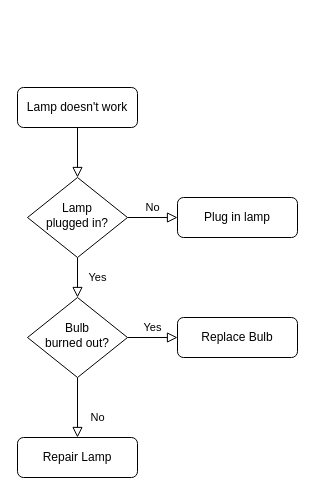
The draw.io diagram Untitled Diagram.drawio in Jormungand-Stark/Gate-of-Babylon, before the edit. Source tidied: cells renumbered, new cells numbered last; positions are measured from the earlier drawing's top-left corner, leaving out a move shared by most shapes. Both pictures are drawn from the tidied source at 100%, with x=0, y=0 at pixel (17, 87).
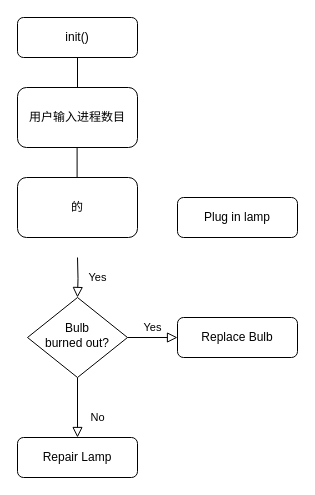
Above is the later version.

Diff of the diagram source:
```diff
@@
 <mxGraphModel>
   <root>
     <mxCell id="0" />
     <mxCell id="1" parent="0" />
-    <mxCell id="2" style="rounded=0;html=1;jettySize=auto;fontSize=11;endArrow=block;endFill=0;endSize=8;strokeWidth=1;shadow=0;labelBackgroundColor=none;edgeStyle=orthogonalEdgeStyle;" parent="1" edge="1" source="3" target="6">
-      <mxGeometry relative="1" as="geometry" />
-    </mxCell>
-    <mxCell id="3" value="Lamp doesn't work" style="rounded=1;whiteSpace=wrap;html=1;fontSize=12;glass=0;strokeWidth=1;shadow=0;" parent="1" vertex="1">
-      <mxGeometry width="120" height="40" as="geometry" />
+    <mxCell id="3" value="init()" style="rounded=1;whiteSpace=wrap;html=1;fontSize=12;glass=0;strokeWidth=1;shadow=0;" parent="1" vertex="1">
+      <mxGeometry y="-70" width="120" height="40" as="geometry" />
     </mxCell>
-    <mxCell id="4" value="Yes" style="rounded=0;html=1;jettySize=auto;fontSize=11;endArrow=block;endFill=0;endSize=8;strokeWidth=1;shadow=0;labelBackgroundColor=none;edgeStyle=orthogonalEdgeStyle;" parent="1" edge="1" source="6" target="10">
-      <mxGeometry y="20" relative="1" as="geometry" />
+    <mxCell id="4" value="Yes" style="rounded=0;html=1;jettySize=auto;fontSize=11;endArrow=block;endFill=0;endSize=8;strokeWidth=1;shadow=0;labelBackgroundColor=none;edgeStyle=orthogonalEdgeStyle;" parent="1" edge="1" target="10">
+      <mxGeometry y="20" relative="1" as="geometry">
+        <mxPoint x="60" y="170" as="sourcePoint" />
+      </mxGeometry>
     </mxCell>
-    <mxCell id="5" value="No" style="edgeStyle=orthogonalEdgeStyle;rounded=0;html=1;jettySize=auto;fontSize=11;endArrow=block;endFill=0;endSize=8;strokeWidth=1;shadow=0;labelBackgroundColor=none;" parent="1" edge="1" source="6" target="7">
-      <mxGeometry y="10" relative="1" as="geometry" />
-    </mxCell>
-    <mxCell id="6" value="Lamp&lt;br&gt;plugged in?" style="rhombus;whiteSpace=wrap;html=1;shadow=0;fontFamily=Helvetica;fontSize=12;align=center;strokeWidth=1;spacing=6;spacingTop=-4;" parent="1" vertex="1">
-      <mxGeometry x="10" y="90" width="100" height="80" as="geometry" />
-    </mxCell>
     <mxCell id="7" value="Plug in lamp" style="rounded=1;whiteSpace=wrap;html=1;fontSize=12;glass=0;strokeWidth=1;shadow=0;" parent="1" vertex="1">
       <mxGeometry x="160" y="110" width="120" height="40" as="geometry" />
     </mxCell>
     <mxCell id="8" value="No" style="rounded=0;html=1;jettySize=auto;fontSize=11;endArrow=block;endFill=0;endSize=8;strokeWidth=1;shadow=0;labelBackgroundColor=none;edgeStyle=orthogonalEdgeStyle;" parent="1" edge="1" source="10" target="11">
       <mxGeometry x="0.33" y="20" relative="1" as="geometry" />
     </mxCell>
     <mxCell id="9" value="Yes" style="edgeStyle=orthogonalEdgeStyle;rounded=0;html=1;jettySize=auto;fontSize=11;endArrow=block;endFill=0;endSize=8;strokeWidth=1;shadow=0;labelBackgroundColor=none;" parent="1" edge="1" source="10" target="12">
       <mxGeometry y="10" relative="1" as="geometry" />
     </mxCell>
     <mxCell id="10" value="Bulb&lt;br&gt;burned out?" style="rhombus;whiteSpace=wrap;html=1;shadow=0;fontFamily=Helvetica;fontSize=12;align=center;strokeWidth=1;spacing=6;spacingTop=-4;" parent="1" vertex="1">
       <mxGeometry x="10" y="210" width="100" height="80" as="geometry" />
     </mxCell>
     <mxCell id="11" value="Repair Lamp" style="rounded=1;whiteSpace=wrap;html=1;fontSize=12;glass=0;strokeWidth=1;shadow=0;" parent="1" vertex="1">
       <mxGeometry y="350" width="120" height="40" as="geometry" />
     </mxCell>
     <mxCell id="12" value="Replace Bulb" style="rounded=1;whiteSpace=wrap;html=1;fontSize=12;glass=0;strokeWidth=1;shadow=0;" parent="1" vertex="1">
       <mxGeometry x="160" y="230" width="120" height="40" as="geometry" />
     </mxCell>
+    <mxCell id="13" value="&lt;font&gt;用户输入进程数目&lt;/font&gt;" style="rounded=1;whiteSpace=wrap;html=1;" parent="1" vertex="1">
+      <mxGeometry width="120" height="60" as="geometry" />
+    </mxCell>
+    <mxCell id="14" style="endArrow=none;html=1;" parent="1" edge="1">
+      <mxGeometry relative="1" as="geometry">
+        <mxPoint x="60" as="sourcePoint" />
+        <mxPoint x="60" y="-30" as="targetPoint" />
+      </mxGeometry>
+    </mxCell>
+    <mxCell id="15" value="的" style="rounded=1;whiteSpace=wrap;html=1;" parent="1" vertex="1">
+      <mxGeometry y="90" width="120" height="60" as="geometry" />
+    </mxCell>
+    <mxCell id="16" style="endArrow=none;html=1;" parent="1" edge="1">
+      <mxGeometry relative="1" as="geometry">
+        <mxPoint x="59.6" y="90" as="sourcePoint" />
+        <mxPoint x="59.6" y="60" as="targetPoint" />
+      </mxGeometry>
+    </mxCell>
   </root>
 </mxGraphModel>
```
